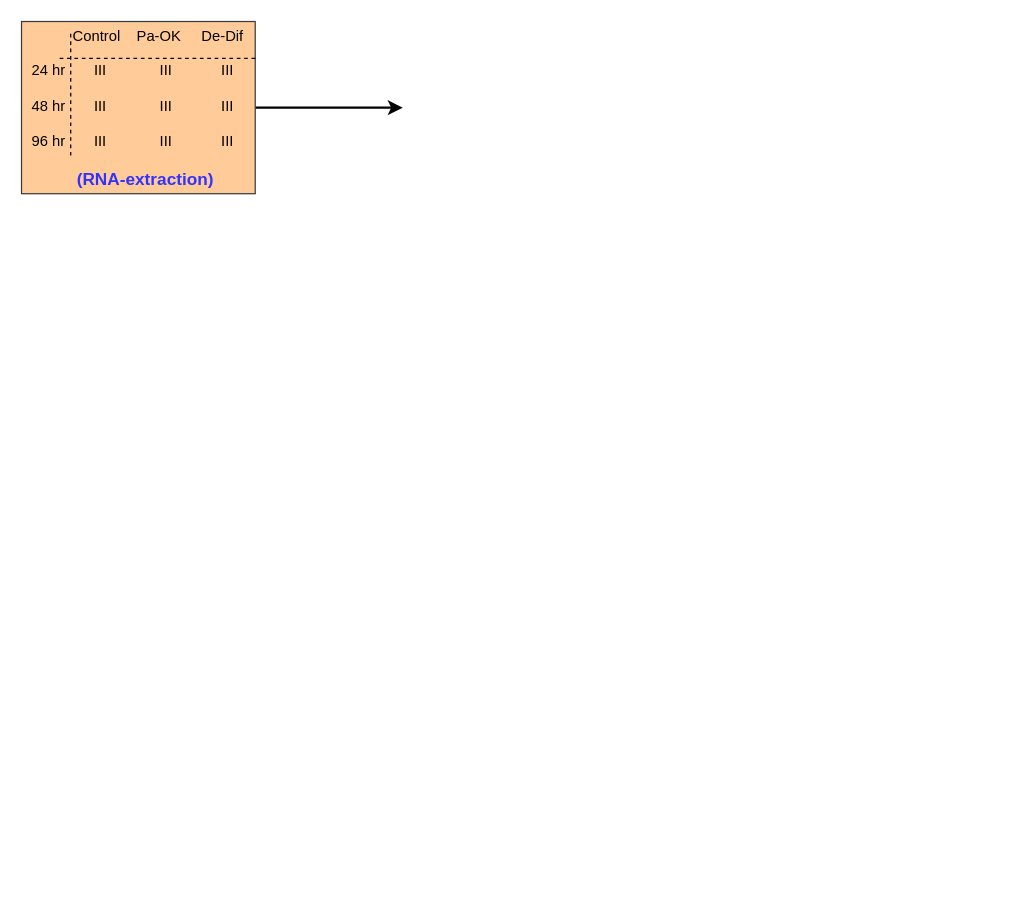
Earlier version of the draw.io diagram Untitled Diagram.drawio (gitgaurab/binf8940). Source tidied: cells renumbered, new cells numbered last; positions are measured from the earlier drawing's top-left corner, leaving out a move shared by most shapes. Both pictures are drawn from the tidied source at 123%, with x=0, y=0 at pixel (21, 21).
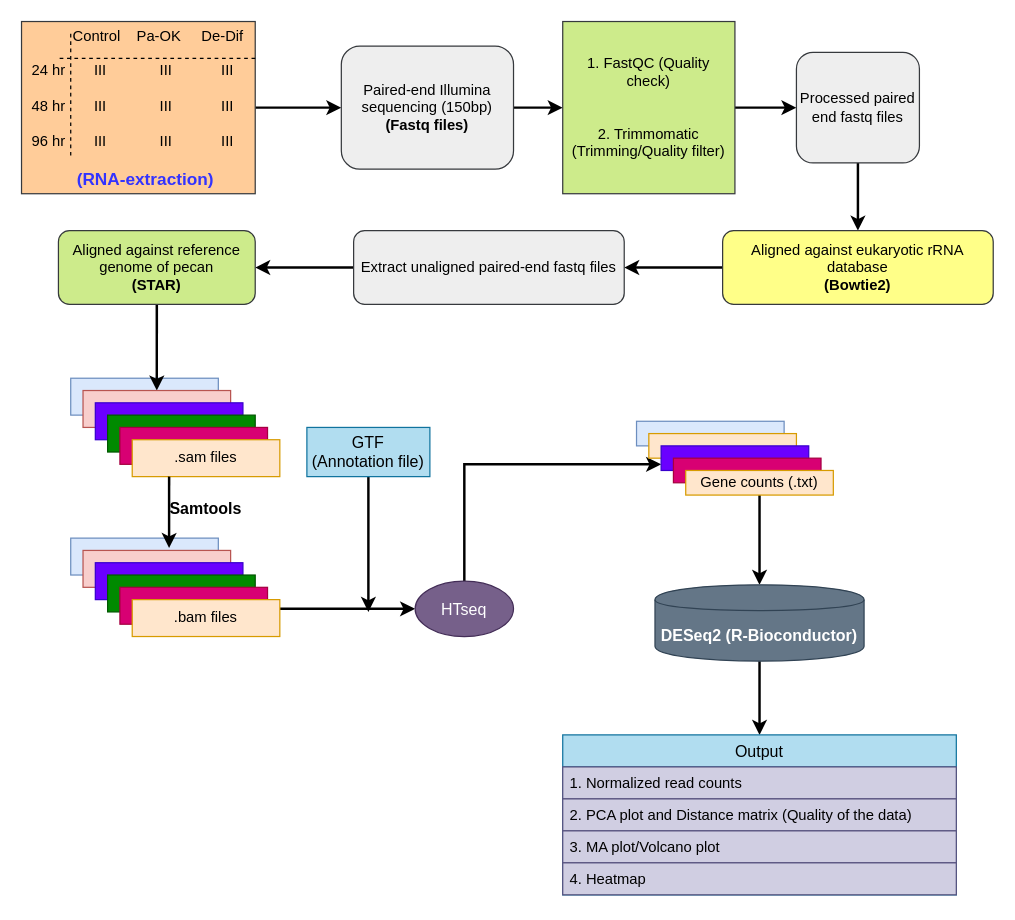
The same page after the edit.

The change refers to these unchanged cells:
```xml
<mxCell id="3" value="&amp;nbsp; &amp;nbsp; &amp;nbsp; &amp;nbsp; &amp;nbsp; &amp;nbsp; Control&amp;nbsp; &amp;nbsp; Pa-OK&amp;nbsp; &amp;nbsp; &amp;nbsp;De-Dif&lt;br&gt;&lt;br&gt;&amp;nbsp; 24 hr&amp;nbsp; &amp;nbsp; &amp;nbsp; &amp;nbsp;III&amp;nbsp; &amp;nbsp; &amp;nbsp; &amp;nbsp; &amp;nbsp; &amp;nbsp; &amp;nbsp;III&amp;nbsp; &amp;nbsp; &amp;nbsp; &amp;nbsp; &amp;nbsp; &amp;nbsp; III&lt;br&gt;&lt;br&gt;&amp;nbsp; 48 hr&amp;nbsp; &amp;nbsp; &amp;nbsp; &amp;nbsp;III&amp;nbsp; &amp;nbsp; &amp;nbsp; &amp;nbsp; &amp;nbsp; &amp;nbsp; &amp;nbsp;III&amp;nbsp; &amp;nbsp; &amp;nbsp; &amp;nbsp; &amp;nbsp; &amp;nbsp; III&lt;br&gt;&lt;br&gt;&amp;nbsp; 96 hr&amp;nbsp; &amp;nbsp; &amp;nbsp; &amp;nbsp;III&amp;nbsp; &amp;nbsp; &amp;nbsp; &amp;nbsp; &amp;nbsp; &amp;nbsp; &amp;nbsp;III&amp;nbsp; &amp;nbsp; &amp;nbsp; &amp;nbsp; &amp;nbsp; &amp;nbsp; III&lt;br&gt;&lt;br&gt;&amp;nbsp; &amp;nbsp; &amp;nbsp; &amp;nbsp; &amp;nbsp; &amp;nbsp; &amp;nbsp;&lt;b&gt;&lt;font style=&quot;font-size: 14px&quot; color=&quot;#3333ff&quot;&gt;(RNA-extraction)&lt;/font&gt;&lt;/b&gt;" style="rounded=0;whiteSpace=wrap;html=1;align=left;fillColor=#ffcc99;strokeColor=#36393d;" parent="1" vertex="1">
  <mxGeometry width="190" height="140" as="geometry" />
</mxCell>
```

Diff of the diagram source:
```diff
@@
-    <mxCell id="2" style="edgeStyle=orthogonalEdgeStyle;rounded=0;jettySize=auto;html=1;exitX=1;exitY=0.5;exitDx=0;exitDy=0;strokeColor=#000000;strokeWidth=2;" parent="1" edge="1" source="3">
-      <mxGeometry relative="1" as="geometry">
-        <mxPoint x="310" y="70" as="targetPoint" />
-        <Array as="points">
-          <mxPoint x="310" y="70" />
-          <mxPoint x="310" y="70" />
-        </Array>
-      </mxGeometry>
-    </mxCell>
+    <mxCell id="6" style="rounded=0;whiteSpace=wrap;html=1;align=center;fillColor=#dae8fc;strokeColor=#6c8ebf;" parent="1" vertex="1">
+      <mxGeometry x="40" y="290" width="120" height="30" as="geometry" />
+    </mxCell>
+    <mxCell id="7" style="edgeStyle=orthogonalEdgeStyle;rounded=0;jettySize=auto;html=1;exitX=1;exitY=0.5;exitDx=0;exitDy=0;entryX=0;entryY=0.5;entryDx=0;entryDy=0;strokeColor=#000000;strokeWidth=2;" parent="1" edge="1" source="3" target="9">
+      <mxGeometry relative="1" as="geometry" />
+    </mxCell>
@@
+    <mxCell id="8" style="edgeStyle=orthogonalEdgeStyle;rounded=0;jettySize=auto;html=1;strokeColor=#000000;strokeWidth=2;" parent="1" edge="1" source="9" target="11">
+      <mxGeometry relative="1" as="geometry" />
+    </mxCell>
+    <mxCell id="9" value="Paired-end Illumina sequencing (150bp)&lt;br&gt;&lt;b&gt;(Fastq files)&lt;/b&gt;" style="rounded=1;whiteSpace=wrap;html=1;fillColor=#eeeeee;strokeColor=#36393d;" parent="1" vertex="1">
+      <mxGeometry x="260" y="20" width="140" height="100" as="geometry" />
+    </mxCell>
+    <mxCell id="10" style="edgeStyle=orthogonalEdgeStyle;rounded=0;jettySize=auto;html=1;strokeColor=#000000;strokeWidth=2;" parent="1" edge="1" source="11" target="13">
+      <mxGeometry relative="1" as="geometry" />
+    </mxCell>
+    <mxCell id="11" value="1. FastQC (Quality check)&lt;br&gt;&lt;br&gt;&lt;br&gt;2. Trimmomatic (Trimming/Quality filter)" style="rounded=0;whiteSpace=wrap;html=1;fillColor=#cdeb8b;strokeColor=#36393d;align=center;" parent="1" vertex="1">
+      <mxGeometry x="440" width="140" height="140" as="geometry" />
+    </mxCell>
+    <mxCell id="12" style="edgeStyle=orthogonalEdgeStyle;rounded=0;jettySize=auto;html=1;entryX=0.5;entryY=0;entryDx=0;entryDy=0;strokeColor=#000000;strokeWidth=2;" parent="1" edge="1" source="13" target="15">
+      <mxGeometry relative="1" as="geometry" />
+    </mxCell>
+    <mxCell id="13" value="Processed paired end fastq files" style="rounded=1;whiteSpace=wrap;html=1;align=center;fillColor=#eeeeee;strokeColor=#36393d;" parent="1" vertex="1">
+      <mxGeometry x="630" y="25" width="100" height="90" as="geometry" />
+    </mxCell>
+    <mxCell id="14" style="edgeStyle=orthogonalEdgeStyle;rounded=0;jettySize=auto;html=1;strokeColor=#000000;strokeWidth=2;" parent="1" edge="1" source="15" target="17">
+      <mxGeometry relative="1" as="geometry" />
+    </mxCell>
+    <mxCell id="15" value="Aligned against eukaryotic rRNA database&lt;br&gt;&lt;b&gt;(Bowtie2)&lt;/b&gt;" style="rounded=1;whiteSpace=wrap;html=1;align=center;fillColor=#ffff88;strokeColor=#36393d;" parent="1" vertex="1">
+      <mxGeometry x="570" y="170" width="220" height="60" as="geometry" />
+    </mxCell>
+    <mxCell id="16" style="edgeStyle=orthogonalEdgeStyle;rounded=0;jettySize=auto;html=1;strokeColor=#000000;strokeWidth=2;" parent="1" edge="1" source="17" target="19">
+      <mxGeometry relative="1" as="geometry" />
+    </mxCell>
+    <mxCell id="17" value="Extract unaligned paired-end fastq files" style="rounded=1;whiteSpace=wrap;html=1;align=center;fillColor=#eeeeee;strokeColor=#36393d;" parent="1" vertex="1">
+      <mxGeometry x="270" y="170" width="220" height="60" as="geometry" />
+    </mxCell>
+    <mxCell id="18" style="edgeStyle=orthogonalEdgeStyle;rounded=0;jettySize=auto;html=1;exitX=0.5;exitY=1;exitDx=0;exitDy=0;entryX=0.583;entryY=0.333;entryDx=0;entryDy=0;entryPerimeter=0;strokeColor=#000000;strokeWidth=2;" parent="1" edge="1" source="19" target="6">
+      <mxGeometry relative="1" as="geometry" />
+    </mxCell>
+    <mxCell id="19" value="Aligned against reference genome of pecan&lt;br&gt;&lt;b&gt;(STAR)&lt;/b&gt;" style="rounded=1;whiteSpace=wrap;html=1;align=center;fillColor=#cdeb8b;strokeColor=#36393d;" parent="1" vertex="1">
+      <mxGeometry x="30" y="170" width="160" height="60" as="geometry" />
+    </mxCell>
+    <mxCell id="20" style="rounded=0;whiteSpace=wrap;html=1;align=center;fillColor=#f8cecc;strokeColor=#b85450;" parent="1" vertex="1">
+      <mxGeometry x="50" y="300" width="120" height="30" as="geometry" />
+    </mxCell>
+    <mxCell id="21" style="rounded=0;whiteSpace=wrap;html=1;align=center;fillColor=#6a00ff;strokeColor=#3700CC;fontColor=#ffffff;" parent="1" vertex="1">
+      <mxGeometry x="60" y="310" width="120" height="30" as="geometry" />
+    </mxCell>
+    <mxCell id="22" style="rounded=0;whiteSpace=wrap;html=1;align=center;fillColor=#008a00;strokeColor=#005700;fontColor=#ffffff;" parent="1" vertex="1">
+      <mxGeometry x="70" y="320" width="120" height="30" as="geometry" />
+    </mxCell>
+    <mxCell id="23" style="rounded=0;whiteSpace=wrap;html=1;align=center;fillColor=#d80073;strokeColor=#A50040;fontColor=#ffffff;" parent="1" vertex="1">
+      <mxGeometry x="80" y="330" width="120" height="30" as="geometry" />
+    </mxCell>
+    <mxCell id="24" value=".sam files" style="rounded=0;whiteSpace=wrap;html=1;align=center;fillColor=#ffe6cc;strokeColor=#d79b00;" parent="1" vertex="1">
+      <mxGeometry x="90" y="340" width="120" height="30" as="geometry" />
+    </mxCell>
+    <mxCell id="25" style="rounded=0;whiteSpace=wrap;html=1;align=center;fillColor=#dae8fc;strokeColor=#6c8ebf;" parent="1" vertex="1">
+      <mxGeometry x="40" y="420" width="120" height="30" as="geometry" />
+    </mxCell>
+    <mxCell id="26" style="rounded=0;whiteSpace=wrap;html=1;align=center;fillColor=#f8cecc;strokeColor=#b85450;" parent="1" vertex="1">
+      <mxGeometry x="50" y="430" width="120" height="30" as="geometry" />
+    </mxCell>
+    <mxCell id="27" style="rounded=0;whiteSpace=wrap;html=1;align=center;fillColor=#6a00ff;strokeColor=#3700CC;fontColor=#ffffff;" parent="1" vertex="1">
+      <mxGeometry x="60" y="440" width="120" height="30" as="geometry" />
+    </mxCell>
+    <mxCell id="28" style="rounded=0;whiteSpace=wrap;html=1;align=center;fillColor=#008a00;strokeColor=#005700;fontColor=#ffffff;" parent="1" vertex="1">
+      <mxGeometry x="70" y="450" width="120" height="30" as="geometry" />
+    </mxCell>
+    <mxCell id="29" style="rounded=0;whiteSpace=wrap;html=1;align=center;fillColor=#d80073;strokeColor=#A50040;fontColor=#ffffff;" parent="1" vertex="1">
+      <mxGeometry x="80" y="460" width="120" height="30" as="geometry" />
+    </mxCell>
+    <mxCell id="30" style="edgeStyle=orthogonalEdgeStyle;rounded=0;jettySize=auto;html=1;exitX=1;exitY=0.25;exitDx=0;exitDy=0;entryX=0;entryY=0.5;entryDx=0;entryDy=0;strokeColor=#000000;strokeWidth=2;fontSize=13;" parent="1" edge="1" source="31" target="37">
+      <mxGeometry relative="1" as="geometry" />
+    </mxCell>
+    <mxCell id="31" value=".bam files" style="rounded=0;whiteSpace=wrap;html=1;align=center;fillColor=#ffe6cc;strokeColor=#d79b00;" parent="1" vertex="1">
+      <mxGeometry x="90" y="470" width="120" height="30" as="geometry" />
+    </mxCell>
+    <mxCell id="32" style="edgeStyle=orthogonalEdgeStyle;rounded=0;jettySize=auto;html=1;exitX=0.25;exitY=1;exitDx=0;exitDy=0;entryX=0.583;entryY=-0.067;entryDx=0;entryDy=0;entryPerimeter=0;strokeColor=#000000;strokeWidth=2;" parent="1" edge="1" source="24" target="26">
+      <mxGeometry relative="1" as="geometry" />
+    </mxCell>
+    <mxCell id="33" value="Samtools" style="text;html=1;strokeColor=none;fillColor=none;align=center;verticalAlign=middle;whiteSpace=wrap;rounded=0;fontStyle=1;fontSize=13;" parent="1" vertex="1">
+      <mxGeometry x="130" y="386" width="40" height="20" as="geometry" />
+    </mxCell>
+    <mxCell id="34" style="edgeStyle=orthogonalEdgeStyle;rounded=0;jettySize=auto;html=1;exitX=0.5;exitY=1;exitDx=0;exitDy=0;strokeColor=#000000;strokeWidth=2;fontSize=13;" parent="1" edge="1" source="35">
+      <mxGeometry relative="1" as="geometry">
+        <mxPoint x="282" y="480" as="targetPoint" />
+      </mxGeometry>
+    </mxCell>
+    <mxCell id="35" value="GTF &lt;br&gt;(Annotation file)" style="rounded=0;whiteSpace=wrap;html=1;fontSize=13;align=center;fillColor=#b1ddf0;strokeColor=#10739e;" parent="1" vertex="1">
+      <mxGeometry x="232" y="330" width="100" height="40" as="geometry" />
+    </mxCell>
+    <mxCell id="36" style="edgeStyle=orthogonalEdgeStyle;rounded=0;jettySize=auto;html=1;exitX=0.5;exitY=0;exitDx=0;exitDy=0;entryX=0;entryY=0.75;entryDx=0;entryDy=0;strokeColor=#000000;strokeWidth=2;fontSize=13;" parent="1" edge="1" source="37" target="40">
+      <mxGeometry relative="1" as="geometry" />
+    </mxCell>
+    <mxCell id="37" value="HTseq" style="ellipse;whiteSpace=wrap;html=1;fontSize=13;align=center;fillColor=#76608a;strokeColor=#432D57;fontColor=#ffffff;" parent="1" vertex="1">
+      <mxGeometry x="320" y="455" width="80" height="45" as="geometry" />
+    </mxCell>
+    <mxCell id="38" style="rounded=0;whiteSpace=wrap;html=1;align=center;fillColor=#dae8fc;strokeColor=#6c8ebf;" parent="1" vertex="1">
+      <mxGeometry x="500" y="325" width="120" height="20" as="geometry" />
+    </mxCell>
+    <mxCell id="39" style="rounded=0;whiteSpace=wrap;html=1;align=center;fillColor=#ffe6cc;strokeColor=#d79b00;" parent="1" vertex="1">
+      <mxGeometry x="510" y="335" width="120" height="20" as="geometry" />
+    </mxCell>
+    <mxCell id="40" style="rounded=0;whiteSpace=wrap;html=1;align=center;fillColor=#6a00ff;strokeColor=#3700CC;fontColor=#ffffff;" parent="1" vertex="1">
+      <mxGeometry x="520" y="345" width="120" height="20" as="geometry" />
+    </mxCell>
+    <mxCell id="41" style="rounded=0;whiteSpace=wrap;html=1;align=center;fillColor=#d80073;strokeColor=#A50040;fontColor=#ffffff;" parent="1" vertex="1">
+      <mxGeometry x="530" y="355" width="120" height="20" as="geometry" />
+    </mxCell>
+    <mxCell id="42" style="edgeStyle=orthogonalEdgeStyle;rounded=0;jettySize=auto;html=1;exitX=0.5;exitY=1;exitDx=0;exitDy=0;strokeColor=#000000;strokeWidth=2;fontSize=13;" parent="1" edge="1" source="43" target="45">
+      <mxGeometry relative="1" as="geometry" />
+    </mxCell>
+    <mxCell id="43" value="Gene counts (.txt)" style="rounded=0;whiteSpace=wrap;html=1;align=center;fillColor=#ffe6cc;strokeColor=#d79b00;" parent="1" vertex="1">
+      <mxGeometry x="540" y="365" width="120" height="20" as="geometry" />
+    </mxCell>
+    <mxCell id="44" style="edgeStyle=orthogonalEdgeStyle;rounded=0;jettySize=auto;html=1;exitX=0.5;exitY=1;exitDx=0;exitDy=0;entryX=0.5;entryY=0;entryDx=0;entryDy=0;strokeColor=#000000;strokeWidth=2;fontSize=13;" parent="1" edge="1" source="45" target="46">
+      <mxGeometry relative="1" as="geometry" />
+    </mxCell>
+    <mxCell id="45" value="DESeq2 (R-Bioconductor)" style="shape=cylinder;whiteSpace=wrap;html=1;boundedLbl=1;backgroundOutline=1;fontSize=13;align=center;fillColor=#647687;strokeColor=#314354;fontColor=#ffffff;fontStyle=1;" parent="1" vertex="1">
+      <mxGeometry x="515" y="458" width="170" height="62" as="geometry" />
+    </mxCell>
+    <mxCell id="46" value="Output" style="swimlane;fontStyle=0;horizontal=1;startSize=26;fillColor=#b1ddf0;fontSize=13;align=center;strokeColor=#10739e;" parent="1" vertex="1">
+      <mxGeometry x="440" y="580" width="320" height="130" as="geometry" />
+    </mxCell>
+    <mxCell id="47" value="1. Normalized read counts" style="text;strokeColor=#56517e;fillColor=#d0cee2;align=left;verticalAlign=top;spacingLeft=4;spacingRight=4;overflow=hidden;" parent="46" vertex="1">
+      <mxGeometry y="26" width="320" height="26" as="geometry" />
+    </mxCell>
+    <mxCell id="48" value="2. PCA plot and Distance matrix (Quality of the data)" style="text;strokeColor=#56517e;fillColor=#d0cee2;align=left;verticalAlign=top;spacingLeft=4;spacingRight=4;overflow=hidden;" parent="46" vertex="1">
+      <mxGeometry y="52" width="320" height="26" as="geometry" />
+    </mxCell>
+    <mxCell id="49" value="3. MA plot/Volcano plot&#10;&#10;" style="text;strokeColor=#56517e;fillColor=#d0cee2;align=left;verticalAlign=top;spacingLeft=4;spacingRight=4;overflow=hidden;" parent="46" vertex="1">
+      <mxGeometry y="78" width="320" height="26" as="geometry" />
+    </mxCell>
+    <mxCell id="50" value="4. Heatmap" style="text;strokeColor=#56517e;fillColor=#d0cee2;align=left;verticalAlign=top;spacingLeft=4;spacingRight=4;overflow=hidden;" parent="46" vertex="1">
+      <mxGeometry y="104" width="320" height="26" as="geometry" />
+    </mxCell>
```
